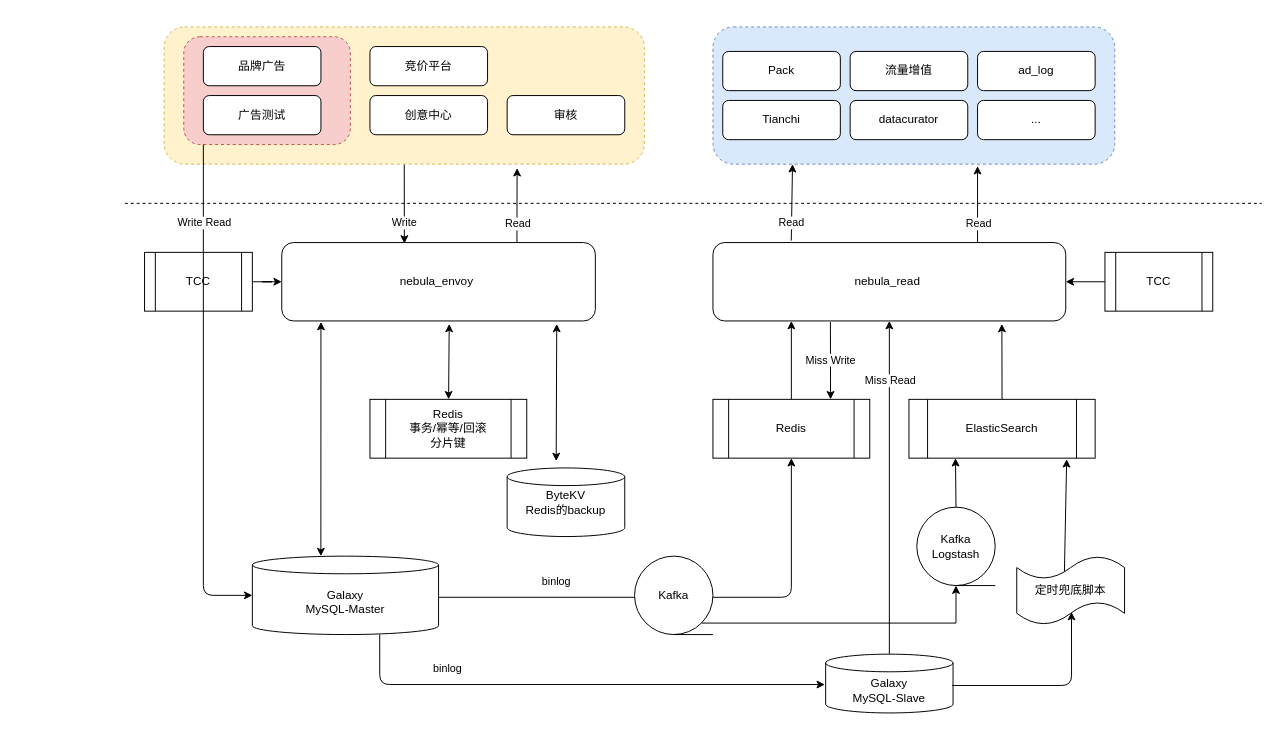
zhongweng/zimbook keeps this draw.io diagram as BASS-Arc-UpDown.drawio. Above is the earlier version. Source tidied: cells renumbered, new cells numbered last; positions are measured from the earlier drawing's top-left corner, leaving out a move shared by most shapes. Both pictures are drawn from the tidied source at 98%, with x=0, y=0 at pixel (124, 26).
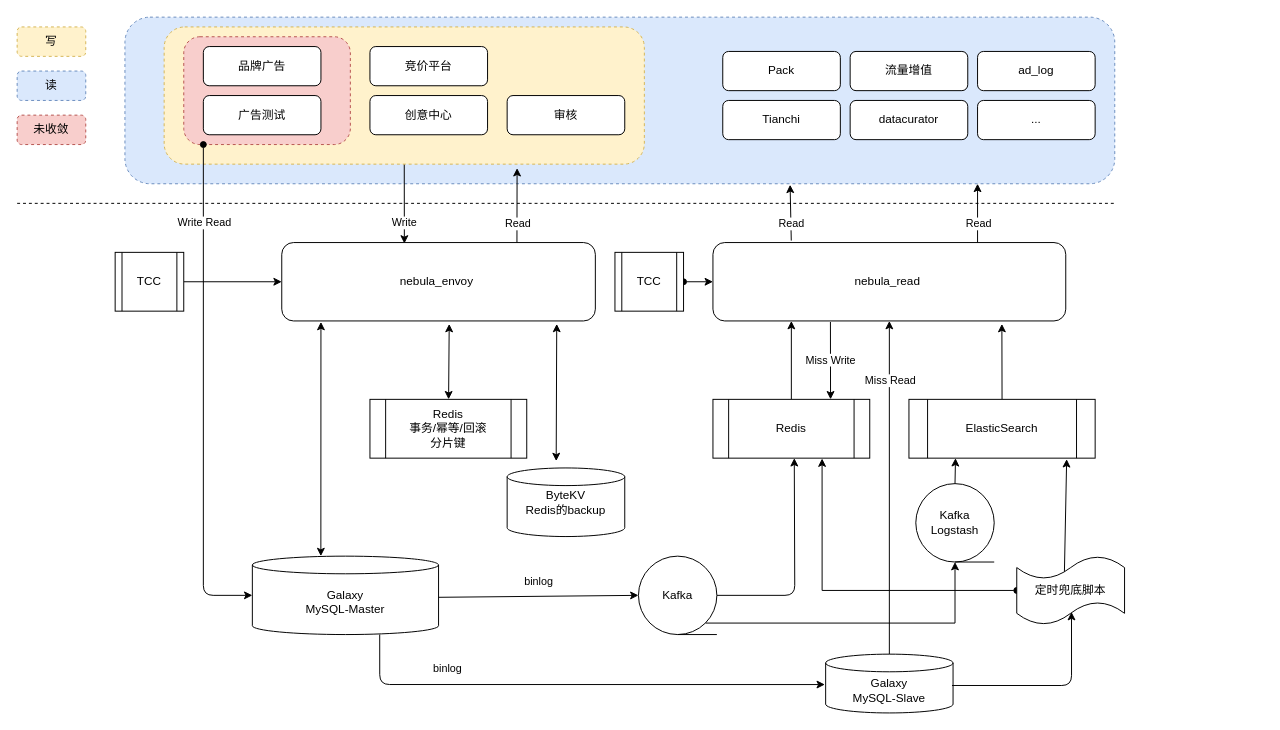
The same diagram, later.

Unchanged cells that the change refers to:
```xml
<mxCell id="4" style="rounded=1;whiteSpace=wrap;html=1;fillColor=#f8cecc;dashed=1;strokeColor=#b85450;shadow=0;" parent="1" vertex="1">
  <mxGeometry x="60" y="10" width="170" height="110" as="geometry" />
</mxCell>
<mxCell id="19" value="nebula_read&amp;nbsp;" style="rounded=1;whiteSpace=wrap;html=1;" parent="1" vertex="1">
  <mxGeometry x="600" y="220" width="360" height="80" as="geometry" />
</mxCell>
<mxCell id="20" value="&lt;br&gt;Galaxy&lt;br&gt;MySQL-Master" style="shape=cylinder2;whiteSpace=wrap;html=1;boundedLbl=1;backgroundOutline=1;size=9;" parent="1" vertex="1">
  <mxGeometry x="130" y="540" width="190" height="80" as="geometry" />
</mxCell>
<mxCell id="22" value="Redis" style="shape=process;whiteSpace=wrap;html=1;backgroundOutline=1;" parent="1" vertex="1">
  <mxGeometry x="600" y="380" width="160" height="60" as="geometry" />
</mxCell>
<mxCell id="32" value="定时兜底脚本" style="shape=tape;whiteSpace=wrap;html=1;size=0.3333333333333333;" parent="1" vertex="1">
  <mxGeometry x="910" y="540" width="110" height="70" as="geometry" />
</mxCell>
```

What changed in the source:
```diff
@@
+    <mxCell id="48" style="rounded=1;whiteSpace=wrap;html=1;fillColor=#dae8fc;dashed=1;strokeColor=#6c8ebf;shadow=0;" parent="1" vertex="1">
+      <mxGeometry y="-10" width="1010" height="170" as="geometry" />
+    </mxCell>
@@
-    <mxCell id="15" style="edgeStyle=none;rounded=0;jettySize=auto;html=1;exitX=0.222;exitY=-0.025;exitDx=0;exitDy=0;startArrow=none;startFill=0;exitPerimeter=0;entryX=0.198;entryY=1;entryDx=0;entryDy=0;entryPerimeter=0;" parent="1" edge="1" source="19" target="48">
+    <mxCell id="15" style="edgeStyle=none;rounded=0;jettySize=auto;html=1;exitX=0.222;exitY=-0.025;exitDx=0;exitDy=0;startArrow=none;startFill=0;exitPerimeter=0;entryX=0.672;entryY=1.006;entryDx=0;entryDy=0;entryPerimeter=0;" parent="1" edge="1" source="19" target="48">
       <mxGeometry relative="1" as="geometry" />
     </mxCell>
     <mxCell id="16" value="Read" style="edgeLabel;html=1;align=center;verticalAlign=middle;" parent="15" vertex="1">
       <mxGeometry x="0.23" y="1" relative="1" as="geometry">
-        <mxPoint x="0.3" y="30" as="offset" />
+        <mxPoint x="1.8" y="17" as="offset" />
       </mxGeometry>
     </mxCell>
     <mxCell id="17" style="edgeStyle=none;rounded=0;jettySize=auto;html=1;exitX=0.75;exitY=0;exitDx=0;exitDy=0;startArrow=none;startFill=0;" parent="1" edge="1" source="19">
       <mxGeometry relative="1" as="geometry">
-        <mxPoint x="870" y="142" as="targetPoint" />
+        <mxPoint x="870" y="160" as="targetPoint" />
       </mxGeometry>
     </mxCell>
     <mxCell id="18" value="Read" style="edgeLabel;html=1;align=center;verticalAlign=middle;" parent="17" vertex="1">
       <mxGeometry x="0.28" y="-2" relative="1" as="geometry">
-        <mxPoint x="-2" y="30" as="offset" />
+        <mxPoint x="-2" y="18" as="offset" />
       </mxGeometry>
     </mxCell>
@@
-    <mxCell id="27" style="endArrow=classic;html=1;exitX=1;exitY=0.525;exitDx=0;exitDy=0;exitPerimeter=0;entryX=0.5;entryY=1;entryDx=0;entryDy=0;edgeStyle=orthogonalEdgeStyle;" parent="1" edge="1" source="20" target="22">
-      <mxGeometry relative="1" as="geometry" />
+    <mxCell id="27" style="endArrow=classic;html=1;entryX=0.5;entryY=1;entryDx=0;entryDy=0;edgeStyle=orthogonalEdgeStyle;" parent="1" edge="1" source="31">
+      <mxGeometry relative="1" as="geometry">
+        <mxPoint x="683" y="440" as="targetPoint" />
+      </mxGeometry>
     </mxCell>
-    <mxCell id="28" value="binlog" style="edgeLabel;html=1;align=center;verticalAlign=middle;" parent="27" vertex="1">
-      <mxGeometry x="-0.26" y="-2" relative="1" as="geometry">
-        <mxPoint x="-67" y="-19" as="offset" />
-      </mxGeometry>
-    </mxCell>
@@
-    <mxCell id="31" value="Kafka" style="shape=tapeData;whiteSpace=wrap;html=1;perimeter=ellipsePerimeter;" parent="1" vertex="1">
-      <mxGeometry x="520" y="540" width="80" height="80" as="geometry" />
-    </mxCell>
+    <mxCell id="57" style="edgeStyle=orthogonalEdgeStyle;rounded=0;jettySize=auto;html=1;exitX=0;exitY=0.5;exitDx=0;exitDy=0;exitPerimeter=0;entryX=0.696;entryY=1.006;entryDx=0;entryDy=0;entryPerimeter=0;startArrow=oval;startFill=1;" parent="1" edge="1" source="32" target="22">
+      <mxGeometry relative="1" as="geometry" />
+    </mxCell>
@@
     <mxCell id="34" value="TCC" style="shape=process;whiteSpace=wrap;html=1;backgroundOutline=1;" parent="1" vertex="1">
-      <mxGeometry x="20" y="230" width="110" height="60" as="geometry" />
+      <mxGeometry x="-10" y="230" width="70" height="60" as="geometry" />
     </mxCell>
-    <mxCell id="35" style="edgeStyle=orthogonalEdgeStyle;rounded=0;jettySize=auto;html=1;exitX=0;exitY=0.5;exitDx=0;exitDy=0;entryX=1;entryY=0.5;entryDx=0;entryDy=0;" parent="1" edge="1" source="36" target="19">
+    <mxCell id="35" style="edgeStyle=none;rounded=0;jettySize=auto;html=1;exitX=1;exitY=0.5;exitDx=0;exitDy=0;entryX=0;entryY=0.5;entryDx=0;entryDy=0;startArrow=oval;startFill=1;" parent="1" edge="1" source="36" target="19">
       <mxGeometry relative="1" as="geometry" />
     </mxCell>
     <mxCell id="36" value="TCC" style="shape=process;whiteSpace=wrap;html=1;backgroundOutline=1;" parent="1" vertex="1">
-      <mxGeometry x="1000" y="230" width="110" height="60" as="geometry" />
+      <mxGeometry x="500" y="230" width="70" height="60" as="geometry" />
     </mxCell>
@@
     <mxCell id="45" value="Kafka&lt;br&gt;Logstash" style="shape=tapeData;whiteSpace=wrap;html=1;perimeter=ellipsePerimeter;" parent="1" vertex="1">
-      <mxGeometry x="808" y="490" width="80" height="80" as="geometry" />
+      <mxGeometry x="807" y="466" width="80" height="80" as="geometry" />
     </mxCell>
     <mxCell id="46" style="endArrow=none;dashed=1;html=1;" parent="1" edge="1">
       <mxGeometry relative="1" as="geometry">
-        <mxPoint y="180" as="sourcePoint" />
-        <mxPoint x="1160" y="180" as="targetPoint" />
+        <mxPoint x="-110" y="180" as="sourcePoint" />
+        <mxPoint x="1010" y="180" as="targetPoint" />
       </mxGeometry>
     </mxCell>
@@
-    <mxCell id="48" style="rounded=1;whiteSpace=wrap;html=1;fillColor=#dae8fc;dashed=1;strokeColor=#6c8ebf;shadow=0;" parent="1" vertex="1">
-      <mxGeometry x="600" width="410" height="140" as="geometry" />
-    </mxCell>
@@
-    <mxCell id="55" style="endArrow=classic;html=1;entryX=0;entryY=0.5;entryDx=0;entryDy=0;edgeStyle=orthogonalEdgeStyle;entryPerimeter=0;" parent="1" edge="1" source="4" target="20">
+    <mxCell id="55" style="endArrow=classic;html=1;entryX=0;entryY=0.5;entryDx=0;entryDy=0;edgeStyle=orthogonalEdgeStyle;entryPerimeter=0;startArrow=oval;startFill=1;" parent="1" edge="1" source="4" target="20">
       <mxGeometry relative="1" as="geometry">
         <Array as="points">
           <mxPoint x="80" y="580" />
         </Array>
       </mxGeometry>
     </mxCell>
@@
+    <mxCell id="58" value="写" style="rounded=1;whiteSpace=wrap;html=1;shadow=0;dashed=1;fillColor=#fff2cc;strokeColor=#d6b656;" parent="1" vertex="1">
+      <mxGeometry x="-110" width="70" height="30" as="geometry" />
+    </mxCell>
+    <mxCell id="59" value="读" style="rounded=1;whiteSpace=wrap;html=1;shadow=0;dashed=1;fillColor=#dae8fc;strokeColor=#6c8ebf;" parent="1" vertex="1">
+      <mxGeometry x="-110" y="45" width="70" height="30" as="geometry" />
+    </mxCell>
+    <mxCell id="60" value="未收敛" style="rounded=1;whiteSpace=wrap;html=1;shadow=0;dashed=1;fillColor=#f8cecc;strokeColor=#b85450;" parent="1" vertex="1">
+      <mxGeometry x="-110" y="90" width="70" height="30" as="geometry" />
+    </mxCell>
+    <mxCell id="31" value="Kafka" style="shape=tapeData;whiteSpace=wrap;html=1;perimeter=ellipsePerimeter;" parent="1" vertex="1">
+      <mxGeometry x="524" y="540" width="80" height="80" as="geometry" />
+    </mxCell>
+    <mxCell id="61" style="endArrow=classic;html=1;exitX=1;exitY=0.525;exitDx=0;exitDy=0;exitPerimeter=0;entryX=0;entryY=0.5;entryDx=0;entryDy=0;" parent="1" edge="1" source="20" target="31">
+      <mxGeometry relative="1" as="geometry" />
+    </mxCell>
+    <mxCell id="28" value="binlog" style="edgeLabel;html=1;align=center;verticalAlign=middle;" parent="61" vertex="1">
+      <mxGeometry x="-0.26" y="-2" relative="1" as="geometry">
+        <mxPoint x="26" y="-18.2" as="offset" />
+      </mxGeometry>
+    </mxCell>
```
